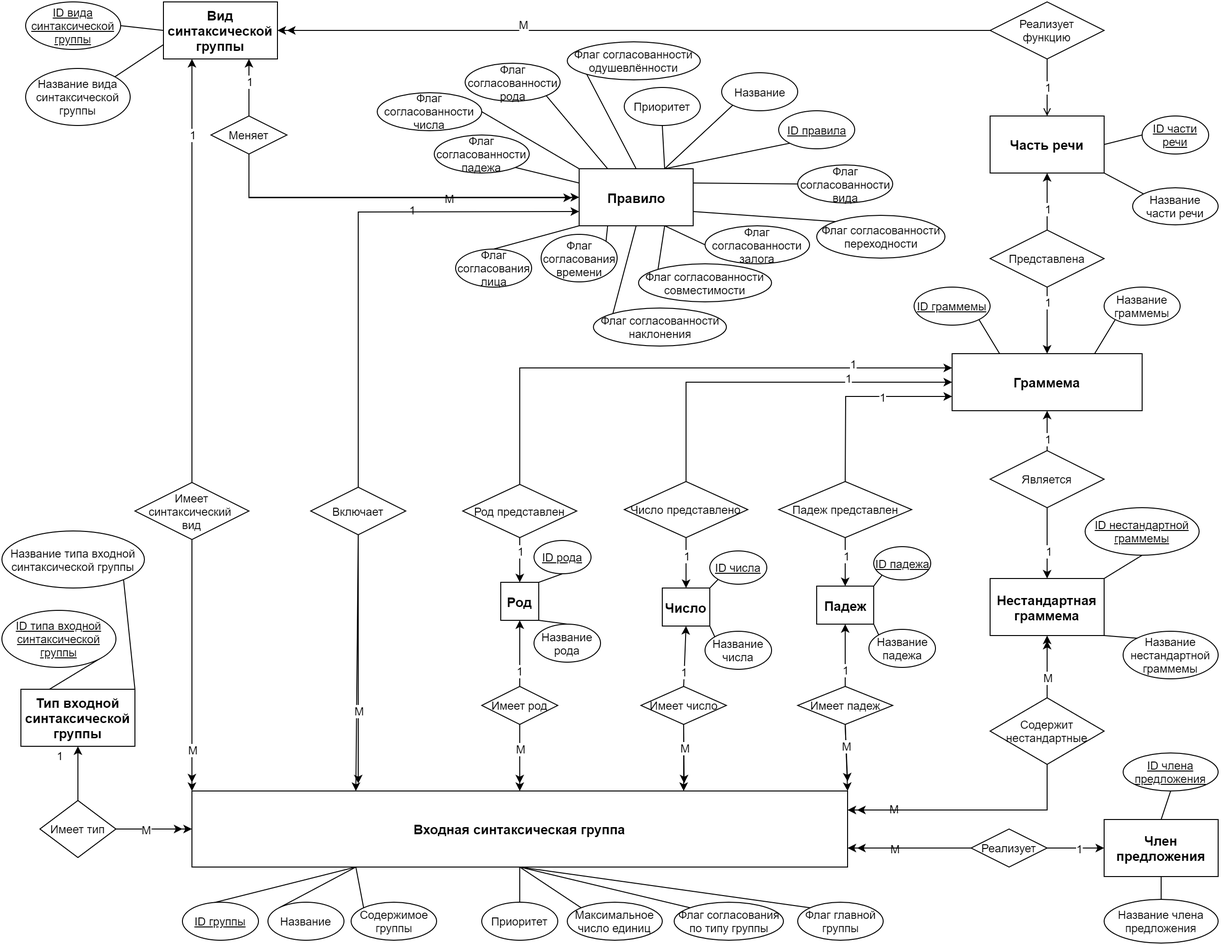
Earlier version of the draw.io export Infological.png (DMfananddu/Diploma). Source tidied: cells renumbered, new cells last; positions are measured from the earlier drawing's top-left corner, leaving out a move shared by most shapes.
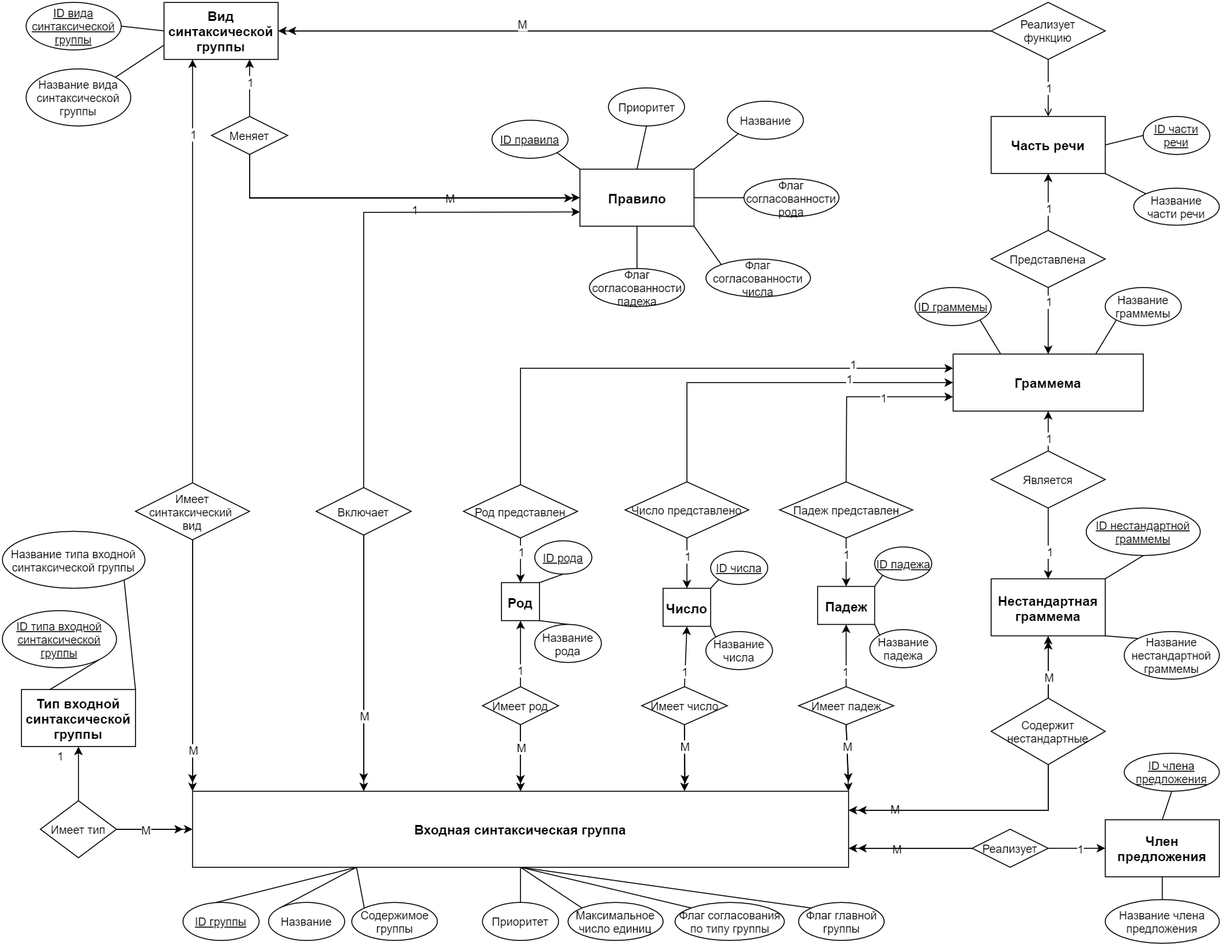
The same diagram one commit later.

Diff of the diagram source:
```diff
@@ -94,13 +94,13 @@
     <mxCell id="27" value="&lt;font style=&quot;font-size: 12px&quot;&gt;&lt;u&gt;&lt;span lang=&quot;EN-US&quot; style=&quot;line-height: 115%&quot;&gt;ID&lt;/span&gt;&lt;span lang=&quot;EN-US&quot; style=&quot;line-height: 115%&quot;&gt; &lt;/span&gt;&lt;span style=&quot;line-height: 115%&quot;&gt;типа входной синтаксической группы&lt;/span&gt;&lt;/u&gt;&lt;/font&gt;" style="ellipse;whiteSpace=wrap;html=1;" parent="1" vertex="1">
       <mxGeometry y="640" width="120" height="60" as="geometry" />
     </mxCell>
-    <mxCell id="28" style="edgeStyle=none;rounded=0;jettySize=auto;html=1;exitX=0.5;exitY=1;exitDx=0;exitDy=0;endArrow=classic;endFill=1;entryX=0.25;entryY=0;entryDx=0;entryDy=0;" parent="1" edge="1" source="33" target="6">
-      <mxGeometry relative="1" as="geometry" />
+    <mxCell id="28" style="edgeStyle=none;rounded=0;jettySize=auto;html=1;exitX=0.5;exitY=1;exitDx=0;exitDy=0;endArrow=classic;endFill=1;" parent="1" edge="1" source="33">
+      <mxGeometry relative="1" as="geometry">
+        <mxPoint x="380" y="820" as="targetPoint" />
+      </mxGeometry>
     </mxCell>
-    <mxCell id="29" style="rounded=0;jettySize=auto;html=1;exitX=0.5;exitY=1;exitDx=0;exitDy=0;startArrow=none;startFill=0;endArrow=classic;endFill=1;" parent="1" edge="1" source="33">
-      <mxGeometry relative="1" as="geometry">
-        <mxPoint x="375" y="822" as="targetPoint" />
-      </mxGeometry>
+    <mxCell id="29" style="rounded=0;jettySize=auto;html=1;exitX=0.5;exitY=1;exitDx=0;exitDy=0;startArrow=none;startFill=0;endArrow=classic;endFill=1;entryX=0.261;entryY=0;entryDx=0;entryDy=0;entryPerimeter=0;" parent="1" edge="1" source="33" target="6">
+      <mxGeometry relative="1" as="geometry" />
     </mxCell>
     <mxCell id="30" value="М" style="text;html=1;align=center;verticalAlign=middle;labelBackgroundColor=#ffffff;" parent="29" vertex="1">
       <mxGeometry x="0.35" y="-3" relative="1" as="geometry">
@@ -110,7 +110,7 @@
     <mxCell id="31" style="edgeStyle=none;rounded=0;jettySize=auto;html=1;exitX=0.5;exitY=0;exitDx=0;exitDy=0;entryX=0;entryY=0.75;entryDx=0;entryDy=0;" parent="1" edge="1" source="33" target="34">
       <mxGeometry relative="1" as="geometry">
         <Array as="points">
-          <mxPoint x="375" y="221" />
+          <mxPoint x="380" y="221" />
         </Array>
       </mxGeometry>
     </mxCell>
@@ -120,94 +120,46 @@
       </mxGeometry>
     </mxCell>
     <mxCell id="33" value="Включает" style="rhombus;whiteSpace=wrap;html=1;" parent="1" vertex="1">
-      <mxGeometry x="325" y="510.5" width="100" height="50" as="geometry" />
+      <mxGeometry x="330" y="510.5" width="100" height="50" as="geometry" />
     </mxCell>
     <mxCell id="34" value="Правило" style="rounded=0;whiteSpace=wrap;html=1;fontSize=14;fontStyle=1;" parent="1" vertex="1">
       <mxGeometry x="607.5" y="175.5" width="120" height="60" as="geometry" />
     </mxCell>
-    <mxCell id="35" style="edgeStyle=none;rounded=0;jettySize=auto;html=1;exitX=0;exitY=0.5;exitDx=0;exitDy=0;entryX=1;entryY=0.25;entryDx=0;entryDy=0;endArrow=none;endFill=0;" parent="1" edge="1" source="36" target="34">
-      <mxGeometry relative="1" as="geometry" />
-    </mxCell>
-    <mxCell id="36" value="Флаг согласованности вида" style="ellipse;whiteSpace=wrap;html=1;" parent="1" vertex="1">
-      <mxGeometry x="837.5" y="171.5" width="100" height="40" as="geometry" />
-    </mxCell>
-    <mxCell id="37" style="edgeStyle=none;rounded=0;jettySize=auto;html=1;exitX=1;exitY=1;exitDx=0;exitDy=0;entryX=0;entryY=0.25;entryDx=0;entryDy=0;endArrow=none;endFill=0;" parent="1" edge="1" source="38" target="34">
+    <mxCell id="37" style="edgeStyle=none;rounded=0;jettySize=auto;html=1;exitX=0.5;exitY=0;exitDx=0;exitDy=0;entryX=0.5;entryY=1;entryDx=0;entryDy=0;endArrow=none;endFill=0;" parent="1" edge="1" source="38" target="34">
       <mxGeometry relative="1" as="geometry" />
     </mxCell>
     <mxCell id="38" value="Флаг согласованности падежа" style="ellipse;whiteSpace=wrap;html=1;" parent="1" vertex="1">
-      <mxGeometry x="455" y="140" width="100" height="40" as="geometry" />
+      <mxGeometry x="617.5" y="280" width="100" height="40" as="geometry" />
     </mxCell>
-    <mxCell id="39" style="edgeStyle=none;rounded=0;jettySize=auto;html=1;exitX=1;exitY=1;exitDx=0;exitDy=0;entryX=0.25;entryY=0;entryDx=0;entryDy=0;endArrow=none;endFill=0;" parent="1" edge="1" source="40" target="34">
+    <mxCell id="39" style="edgeStyle=none;rounded=0;jettySize=auto;html=1;exitX=0;exitY=0.5;exitDx=0;exitDy=0;entryX=1;entryY=0.5;entryDx=0;entryDy=0;endArrow=none;endFill=0;" parent="1" edge="1" source="40" target="34">
       <mxGeometry relative="1" as="geometry" />
     </mxCell>
     <mxCell id="40" value="Флаг согласованности рода" style="ellipse;whiteSpace=wrap;html=1;" parent="1" vertex="1">
-      <mxGeometry x="487.5" y="64.5" width="100" height="40" as="geometry" />
+      <mxGeometry x="780" y="185.5" width="100" height="40" as="geometry" />
     </mxCell>
-    <mxCell id="41" style="edgeStyle=none;rounded=0;jettySize=auto;html=1;exitX=0.5;exitY=1;exitDx=0;exitDy=0;entryX=0.75;entryY=0;entryDx=0;entryDy=0;endArrow=none;endFill=0;" parent="1" edge="1" source="42" target="34">
+    <mxCell id="41" style="edgeStyle=none;rounded=0;jettySize=auto;html=1;exitX=0.5;exitY=1;exitDx=0;exitDy=0;entryX=0.5;entryY=0;entryDx=0;entryDy=0;endArrow=none;endFill=0;" parent="1" edge="1" source="42" target="34">
       <mxGeometry relative="1" as="geometry" />
     </mxCell>
     <mxCell id="42" value="Приоритет" style="ellipse;whiteSpace=wrap;html=1;" parent="1" vertex="1">
-      <mxGeometry x="655" y="90" width="80" height="40" as="geometry" />
+      <mxGeometry x="637.5" y="90" width="80" height="40" as="geometry" />
     </mxCell>
-    <mxCell id="43" style="edgeStyle=none;rounded=0;jettySize=auto;html=1;exitX=0;exitY=1;exitDx=0;exitDy=0;entryX=0.75;entryY=0;entryDx=0;entryDy=0;endArrow=none;endFill=0;" parent="1" edge="1" source="44" target="34">
+    <mxCell id="43" style="edgeStyle=none;rounded=0;jettySize=auto;html=1;exitX=1;exitY=1;exitDx=0;exitDy=0;entryX=0;entryY=0;entryDx=0;entryDy=0;endArrow=none;endFill=0;" parent="1" edge="1" source="44" target="34">
       <mxGeometry relative="1" as="geometry" />
     </mxCell>
     <mxCell id="44" value="&lt;u&gt;ID правила&lt;/u&gt;" style="ellipse;whiteSpace=wrap;html=1;" parent="1" vertex="1">
-      <mxGeometry x="817.5" y="114.5" width="80" height="40" as="geometry" />
+      <mxGeometry x="515" y="124" width="80" height="40" as="geometry" />
     </mxCell>
-    <mxCell id="45" style="edgeStyle=none;rounded=0;jettySize=auto;html=1;exitX=0.5;exitY=0;exitDx=0;exitDy=0;entryX=0;entryY=1;entryDx=0;entryDy=0;endArrow=none;endFill=0;" parent="1" edge="1" source="46" target="34">
-      <mxGeometry relative="1" as="geometry" />
-    </mxCell>
-    <mxCell id="46" value="Флаг согласования лица" style="ellipse;whiteSpace=wrap;html=1;" parent="1" vertex="1">
-      <mxGeometry x="477.5" y="260" width="80" height="40" as="geometry" />
-    </mxCell>
-    <mxCell id="47" style="edgeStyle=none;rounded=0;jettySize=auto;html=1;exitX=0;exitY=0;exitDx=0;exitDy=0;entryX=1;entryY=0.75;entryDx=0;entryDy=0;endArrow=none;endFill=0;" parent="1" edge="1" source="48" target="34">
-      <mxGeometry relative="1" as="geometry" />
-    </mxCell>
-    <mxCell id="48" value="Флаг согласованности переходности" style="ellipse;whiteSpace=wrap;html=1;" parent="1" vertex="1">
-      <mxGeometry x="857.5" y="224.5" width="135" height="45" as="geometry" />
-    </mxCell>
-    <mxCell id="49" style="edgeStyle=none;rounded=0;jettySize=auto;html=1;exitX=0;exitY=1;exitDx=0;exitDy=0;entryX=0.5;entryY=0;entryDx=0;entryDy=0;endArrow=none;endFill=0;" parent="1" edge="1" source="50" target="34">
-      <mxGeometry relative="1" as="geometry" />
-    </mxCell>
-    <mxCell id="50" value="Флаг согласованности одушевлённости" style="ellipse;whiteSpace=wrap;html=1;" parent="1" vertex="1">
-      <mxGeometry x="595" y="42" width="140" height="40" as="geometry" />
-    </mxCell>
-    <mxCell id="51" style="edgeStyle=none;rounded=0;jettySize=auto;html=1;exitX=1;exitY=0.5;exitDx=0;exitDy=0;entryX=0;entryY=0;entryDx=0;entryDy=0;endArrow=none;endFill=0;" parent="1" edge="1" source="52" target="34">
+    <mxCell id="51" style="edgeStyle=none;rounded=0;jettySize=auto;html=1;exitX=0;exitY=0;exitDx=0;exitDy=0;entryX=1;entryY=1;entryDx=0;entryDy=0;endArrow=none;endFill=0;" parent="1" edge="1" source="52" target="34">
       <mxGeometry relative="1" as="geometry" />
     </mxCell>
     <mxCell id="52" value="Флаг согласованности числа" style="ellipse;whiteSpace=wrap;html=1;" parent="1" vertex="1">
-      <mxGeometry x="395" y="95.5" width="110" height="40" as="geometry" />
+      <mxGeometry x="740" y="270" width="110" height="40" as="geometry" />
     </mxCell>
-    <mxCell id="53" style="edgeStyle=none;rounded=0;jettySize=auto;html=1;exitX=0;exitY=0.5;exitDx=0;exitDy=0;entryX=0.75;entryY=1;entryDx=0;entryDy=0;endArrow=none;endFill=0;" parent="1" edge="1" source="54" target="34">
-      <mxGeometry relative="1" as="geometry" />
-    </mxCell>
-    <mxCell id="54" value="Флаг согласованности залога" style="ellipse;whiteSpace=wrap;html=1;" parent="1" vertex="1">
-      <mxGeometry x="740" y="235.5" width="110" height="40" as="geometry" />
-    </mxCell>
-    <mxCell id="55" style="edgeStyle=none;rounded=0;jettySize=auto;html=1;exitX=0;exitY=0;exitDx=0;exitDy=0;entryX=0.75;entryY=1;entryDx=0;entryDy=0;endArrow=none;endFill=0;" parent="1" edge="1" source="56" target="34">
-      <mxGeometry relative="1" as="geometry" />
-    </mxCell>
-    <mxCell id="56" value="Флаг согласованности совместимости" style="ellipse;whiteSpace=wrap;html=1;" parent="1" vertex="1">
-      <mxGeometry x="670" y="275.5" width="140" height="40" as="geometry" />
-    </mxCell>
-    <mxCell id="57" style="edgeStyle=none;rounded=0;jettySize=auto;html=1;exitX=0;exitY=0;exitDx=0;exitDy=0;entryX=0.5;entryY=1;entryDx=0;entryDy=0;endArrow=none;endFill=0;" parent="1" edge="1" source="58" target="34">
-      <mxGeometry relative="1" as="geometry" />
-    </mxCell>
-    <mxCell id="58" value="Флаг согласованности наклонения" style="ellipse;whiteSpace=wrap;html=1;" parent="1" vertex="1">
-      <mxGeometry x="622.5" y="322" width="140" height="40" as="geometry" />
-    </mxCell>
-    <mxCell id="59" style="edgeStyle=none;rounded=0;jettySize=auto;html=1;exitX=1;exitY=0;exitDx=0;exitDy=0;entryX=0.25;entryY=1;entryDx=0;entryDy=0;endArrow=none;endFill=0;" parent="1" edge="1" source="60" target="34">
-      <mxGeometry relative="1" as="geometry" />
-    </mxCell>
-    <mxCell id="60" value="Флаг согласования времени" style="ellipse;whiteSpace=wrap;html=1;" parent="1" vertex="1">
-      <mxGeometry x="567.5" y="244.5" width="80" height="50" as="geometry" />
-    </mxCell>
-    <mxCell id="61" style="edgeStyle=none;rounded=0;jettySize=auto;html=1;exitX=0;exitY=1;exitDx=0;exitDy=0;entryX=0.75;entryY=0;entryDx=0;entryDy=0;endArrow=none;endFill=0;" parent="1" edge="1" source="62" target="34">
+    <mxCell id="61" style="edgeStyle=none;rounded=0;jettySize=auto;html=1;exitX=0;exitY=1;exitDx=0;exitDy=0;entryX=1;entryY=0;entryDx=0;entryDy=0;endArrow=none;endFill=0;" parent="1" edge="1" source="62" target="34">
       <mxGeometry relative="1" as="geometry" />
     </mxCell>
     <mxCell id="62" value="Название" style="ellipse;whiteSpace=wrap;html=1;" parent="1" vertex="1">
-      <mxGeometry x="757.5" y="74.5" width="80" height="40" as="geometry" />
+      <mxGeometry x="762.5" y="104" width="80" height="40" as="geometry" />
     </mxCell>
     <mxCell id="63" style="edgeStyle=none;rounded=0;jettySize=auto;html=1;exitX=0.5;exitY=0;exitDx=0;exitDy=0;entryX=0.75;entryY=1;entryDx=0;entryDy=0;endArrow=classic;endFill=1;" parent="1" edge="1" source="68" target="69">
       <mxGeometry relative="1" as="geometry" />
```
